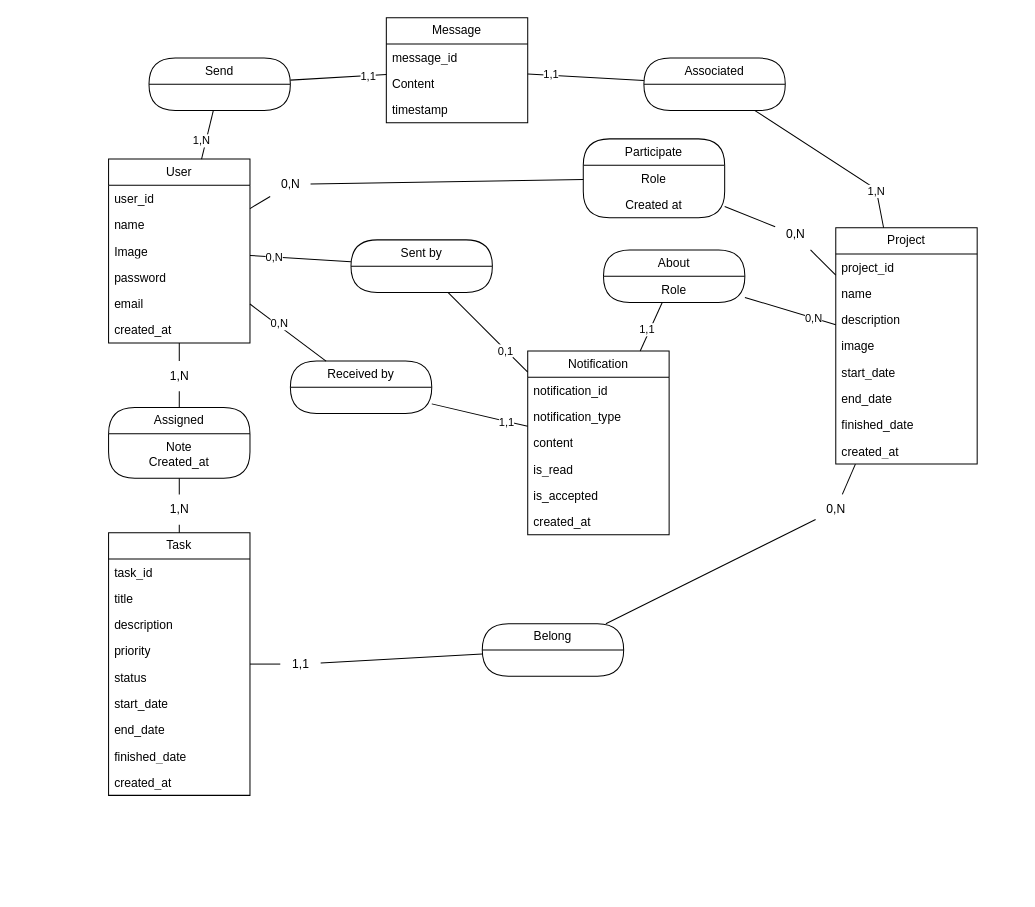
The draw.io diagram Conception/BD/MCD de Mashru3.drawio in haki24gamer/Mashru3, before the edit. Source tidied: cells renumbered, new cells numbered last; positions are measured from the earlier drawing's top-left corner, leaving out a move shared by most shapes. Both pictures are drawn from the tidied source at 101%, with x=0, y=0 at pixel (108, 17).
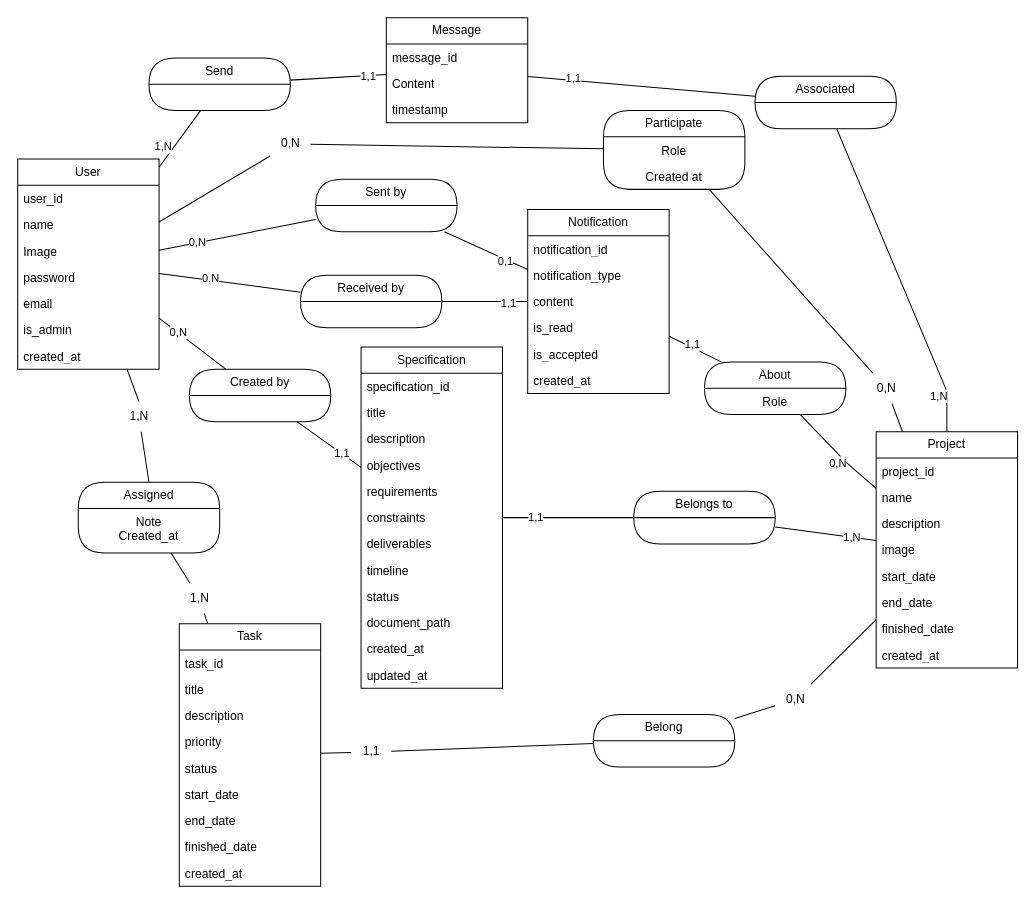
After the change.

Diff of the diagram source:
```diff
@@
     <mxCell id="2" value="User" style="swimlane;fontStyle=0;horizontal=1;startSize=26;fillColor=none;whiteSpace=wrap;html=1;" parent="1" vertex="1">
-      <mxGeometry y="140" width="140" height="182" as="geometry" />
+      <mxGeometry x="-90" y="140" width="140" height="208" as="geometry" />
     </mxCell>
@@
+    <mxCell id="89" value="is_admin" style="text;strokeColor=none;fillColor=none;align=left;verticalAlign=top;spacingLeft=4;spacingRight=4;overflow=hidden;whiteSpace=wrap;html=1;" parent="2" vertex="1">
+      <mxGeometry y="156" width="140" height="26" as="geometry" />
+    </mxCell>
     <mxCell id="8" value="created_at" style="text;strokeColor=none;fillColor=none;align=left;verticalAlign=top;spacingLeft=4;spacingRight=4;overflow=hidden;whiteSpace=wrap;html=1;" parent="2" vertex="1">
-      <mxGeometry y="156" width="140" height="26" as="geometry" />
+      <mxGeometry y="182" width="140" height="26" as="geometry" />
     </mxCell>
     <mxCell id="9" value="Task" style="swimlane;fontStyle=0;horizontal=1;startSize=26;fillColor=none;whiteSpace=wrap;html=1;" parent="1" vertex="1">
-      <mxGeometry y="510" width="140" height="260" as="geometry" />
+      <mxGeometry x="70" y="600" width="140" height="260" as="geometry" />
     </mxCell>
@@
     <mxCell id="19" value="Project" style="swimlane;fontStyle=0;horizontal=1;startSize=26;fillColor=none;whiteSpace=wrap;html=1;" parent="1" vertex="1">
-      <mxGeometry x="720" y="208" width="140" height="234" as="geometry" />
+      <mxGeometry x="760" y="410" width="140" height="234" as="geometry" />
     </mxCell>
@@
-    <mxCell id="28" style="edgeStyle=orthogonalEdgeStyle;rounded=0;jettySize=auto;html=1;exitX=0.5;exitY=0;exitDx=0;exitDy=0;curved=0;endArrow=none;startFill=0;strokeColor=default;" parent="1" edge="1" source="45" target="2">
-      <mxGeometry relative="1" as="geometry">
-        <Array as="points">
-          <mxPoint x="70" y="340" />
-        </Array>
-      </mxGeometry>
+    <mxCell id="28" style="rounded=0;jettySize=auto;html=1;exitX=0.5;exitY=0;exitDx=0;exitDy=0;endArrow=none;startFill=0;strokeColor=default;" parent="1" edge="1" source="45" target="2">
+      <mxGeometry relative="1" as="geometry" />
     </mxCell>
     <mxCell id="29" value="Assigned" style="swimlane;fontStyle=0;horizontal=1;startSize=26;fillColor=none;whiteSpace=wrap;html=1;rounded=1;arcSize=39;" parent="1" vertex="1">
-      <mxGeometry y="386" width="140" height="70" as="geometry" />
+      <mxGeometry x="-30" y="460" width="140" height="70" as="geometry" />
     </mxCell>
@@
     <mxCell id="31" value="Participate" style="swimlane;fontStyle=0;horizontal=1;startSize=26;fillColor=none;whiteSpace=wrap;html=1;rounded=1;arcSize=39;" parent="1" vertex="1">
-      <mxGeometry x="470" y="120" width="140" height="78" as="geometry" />
+      <mxGeometry x="490" y="92" width="140" height="78" as="geometry" />
     </mxCell>
@@
     <mxCell id="34" value="Belong" style="swimlane;fontStyle=0;horizontal=1;startSize=26;fillColor=none;whiteSpace=wrap;html=1;rounded=1;arcSize=39;" parent="1" vertex="1">
-      <mxGeometry x="370" y="600" width="140" height="52" as="geometry" />
+      <mxGeometry x="480" y="690" width="140" height="52" as="geometry" />
     </mxCell>
-    <mxCell id="35" style="edgeStyle=orthogonalEdgeStyle;rounded=0;jettySize=auto;html=1;curved=0;endArrow=none;startFill=0;" parent="1" edge="1" source="41" target="29">
-      <mxGeometry relative="1" as="geometry">
-        <Array as="points">
-          <mxPoint x="70" y="490" />
-        </Array>
-      </mxGeometry>
+    <mxCell id="35" style="rounded=0;jettySize=auto;html=1;endArrow=none;startFill=0;" parent="1" edge="1" source="41" target="29">
+      <mxGeometry relative="1" as="geometry" />
     </mxCell>
@@
-    <mxCell id="40" style="edgeStyle=orthogonalEdgeStyle;rounded=0;jettySize=auto;html=1;curved=0;endArrow=none;startFill=0;" parent="1" edge="1" source="9" target="41">
-      <mxGeometry relative="1" as="geometry">
-        <Array as="points">
-          <mxPoint x="70" y="490" />
-        </Array>
-      </mxGeometry>
+    <mxCell id="40" style="rounded=0;jettySize=auto;html=1;endArrow=none;startFill=0;" parent="1" edge="1" source="9" target="41">
+      <mxGeometry relative="1" as="geometry" />
     </mxCell>
     <mxCell id="41" value="1,N" style="text;html=1;align=center;verticalAlign=middle;points=[];strokeColor=none;fillColor=none;" parent="1" vertex="1">
-      <mxGeometry x="50" y="472" width="40" height="30" as="geometry" />
+      <mxGeometry x="70" y="560" width="40" height="30" as="geometry" />
     </mxCell>
@@
     <mxCell id="43" value="1,1" style="text;html=1;align=center;verticalAlign=middle;points=[];strokeColor=none;fillColor=none;" parent="1" vertex="1">
-      <mxGeometry x="170" y="625" width="40" height="30" as="geometry" />
+      <mxGeometry x="240" y="712" width="40" height="30" as="geometry" />
     </mxCell>
-    <mxCell id="44" style="edgeStyle=orthogonalEdgeStyle;rounded=0;jettySize=auto;html=1;exitX=0.5;exitY=0;exitDx=0;exitDy=0;curved=0;endArrow=none;startFill=0;strokeColor=default;" parent="1" edge="1" source="29" target="45">
-      <mxGeometry relative="1" as="geometry">
-        <Array as="points">
-          <mxPoint x="70" y="340" />
-        </Array>
-      </mxGeometry>
+    <mxCell id="44" style="rounded=0;jettySize=auto;html=1;exitX=0.5;exitY=0;exitDx=0;exitDy=0;endArrow=none;startFill=0;strokeColor=default;" parent="1" edge="1" source="29" target="45">
+      <mxGeometry relative="1" as="geometry" />
     </mxCell>
     <mxCell id="45" value="1,N" style="text;html=1;align=center;verticalAlign=middle;points=[];strokeColor=none;fillColor=none;" parent="1" vertex="1">
-      <mxGeometry x="50" y="340" width="40" height="30" as="geometry" />
+      <mxGeometry x="10" y="380" width="40" height="30" as="geometry" />
     </mxCell>
@@
     <mxCell id="47" value="0,N" style="text;html=1;align=center;verticalAlign=middle;points=[];strokeColor=none;fillColor=none;" parent="1" vertex="1">
-      <mxGeometry x="160" y="150" width="40" height="30" as="geometry" />
+      <mxGeometry x="160" y="110" width="40" height="30" as="geometry" />
     </mxCell>
@@
     <mxCell id="49" value="0,N" style="text;html=1;align=center;verticalAlign=middle;points=[];strokeColor=none;fillColor=none;" parent="1" vertex="1">
-      <mxGeometry x="660" y="200" width="40" height="30" as="geometry" />
+      <mxGeometry x="750" y="352" width="40" height="30" as="geometry" />
     </mxCell>
@@
     <mxCell id="51" value="0,N" style="text;html=1;align=center;verticalAlign=middle;points=[];strokeColor=none;fillColor=none;" parent="1" vertex="1">
-      <mxGeometry x="700" y="472" width="40" height="30" as="geometry" />
+      <mxGeometry x="660" y="660" width="40" height="30" as="geometry" />
     </mxCell>
@@
     <mxCell id="56" value="Associated" style="swimlane;fontStyle=0;horizontal=1;startSize=26;fillColor=none;whiteSpace=wrap;html=1;rounded=1;arcSize=39;" parent="1" vertex="1">
-      <mxGeometry x="530" y="40" width="140" height="52" as="geometry" />
+      <mxGeometry x="640" y="58" width="140" height="52" as="geometry" />
     </mxCell>
@@
     <mxCell id="59" style="rounded=0;jettySize=auto;html=1;endArrow=none;startFill=0;" parent="1" edge="1" source="56" target="19">
       <mxGeometry relative="1" as="geometry">
         <Array as="points">
-          <mxPoint x="760" y="170" />
+          <mxPoint x="830" y="370" />
         </Array>
       </mxGeometry>
     </mxCell>
     <mxCell id="60" value="1,N" style="edgeLabel;html=1;align=center;verticalAlign=middle;" parent="59" vertex="1">
       <mxGeometry x="0.29" y="-3" relative="1" as="geometry">
-        <mxPoint x="23" y="13" as="offset" />
+        <mxPoint x="23" y="72" as="offset" />
       </mxGeometry>
     </mxCell>
@@
     <mxCell id="66" value="Notification" style="swimlane;fontStyle=0;horizontal=1;startSize=26;fillColor=none;whiteSpace=wrap;html=1;" parent="1" vertex="1">
-      <mxGeometry x="415" y="330" width="140" height="182" as="geometry" />
+      <mxGeometry x="415" y="190" width="140" height="182" as="geometry" />
     </mxCell>
@@
     <mxCell id="73" style="rounded=0;jettySize=auto;html=1;endArrow=none;startFill=0;" parent="1" edge="1" source="80" target="19">
       <mxGeometry relative="1" as="geometry">
         <Array as="points">
-          <mxPoint x="640" y="280" />
+          <mxPoint x="730" y="440" />
         </Array>
       </mxGeometry>
     </mxCell>
     <mxCell id="74" value="0,N" style="edgeLabel;html=1;align=center;verticalAlign=middle;" parent="73" vertex="1">
-      <mxGeometry x="0.49" relative="1" as="geometry" />
+      <mxGeometry x="0.49" relative="1" as="geometry">
+        <mxPoint x="-18" y="-8" as="offset" />
+      </mxGeometry>
     </mxCell>
@@
     <mxCell id="77" value="Sent by" style="swimlane;fontStyle=0;horizontal=1;startSize=26;fillColor=none;whiteSpace=wrap;html=1;rounded=1;arcSize=39;" parent="1" vertex="1">
-      <mxGeometry x="240" y="220" width="140" height="52" as="geometry" />
+      <mxGeometry x="205" y="160" width="140" height="52" as="geometry" />
     </mxCell>
@@
     <mxCell id="80" value="About" style="swimlane;fontStyle=0;horizontal=1;startSize=26;fillColor=none;whiteSpace=wrap;html=1;rounded=1;arcSize=39;" parent="1" vertex="1">
-      <mxGeometry x="490" y="230" width="140" height="52" as="geometry" />
+      <mxGeometry x="590" y="341" width="140" height="52" as="geometry" />
     </mxCell>
@@
     <mxCell id="82" value="Received by" style="swimlane;fontStyle=0;horizontal=1;startSize=26;fillColor=none;whiteSpace=wrap;html=1;rounded=1;arcSize=39;" parent="1" vertex="1">
-      <mxGeometry x="180" y="340" width="140" height="52" as="geometry" />
+      <mxGeometry x="190" y="255" width="140" height="52" as="geometry" />
     </mxCell>
@@
+    <mxCell id="90" value="Specification" style="swimlane;fontStyle=0;horizontal=1;startSize=26;fillColor=none;whiteSpace=wrap;html=1;" parent="1" vertex="1">
+      <mxGeometry x="250" y="326" width="140" height="338" as="geometry" />
+    </mxCell>
+    <mxCell id="91" value="specification_id" style="text;strokeColor=none;fillColor=none;align=left;verticalAlign=top;spacingLeft=4;spacingRight=4;overflow=hidden;whiteSpace=wrap;html=1;" parent="90" vertex="1">
+      <mxGeometry y="26" width="140" height="26" as="geometry" />
+    </mxCell>
+    <mxCell id="92" value="title" style="text;strokeColor=none;fillColor=none;align=left;verticalAlign=top;spacingLeft=4;spacingRight=4;overflow=hidden;whiteSpace=wrap;html=1;" parent="90" vertex="1">
+      <mxGeometry y="52" width="140" height="26" as="geometry" />
+    </mxCell>
+    <mxCell id="93" value="description" style="text;strokeColor=none;fillColor=none;align=left;verticalAlign=top;spacingLeft=4;spacingRight=4;overflow=hidden;whiteSpace=wrap;html=1;" parent="90" vertex="1">
+      <mxGeometry y="78" width="140" height="26" as="geometry" />
+    </mxCell>
+    <mxCell id="94" value="objectives" style="text;strokeColor=none;fillColor=none;align=left;verticalAlign=top;spacingLeft=4;spacingRight=4;overflow=hidden;whiteSpace=wrap;html=1;" parent="90" vertex="1">
+      <mxGeometry y="104" width="140" height="26" as="geometry" />
+    </mxCell>
+    <mxCell id="95" value="requirements" style="text;strokeColor=none;fillColor=none;align=left;verticalAlign=top;spacingLeft=4;spacingRight=4;overflow=hidden;whiteSpace=wrap;html=1;" parent="90" vertex="1">
+      <mxGeometry y="130" width="140" height="26" as="geometry" />
+    </mxCell>
+    <mxCell id="96" value="constraints" style="text;strokeColor=none;fillColor=none;align=left;verticalAlign=top;spacingLeft=4;spacingRight=4;overflow=hidden;whiteSpace=wrap;html=1;" parent="90" vertex="1">
+      <mxGeometry y="156" width="140" height="26" as="geometry" />
+    </mxCell>
+    <mxCell id="97" value="deliverables" style="text;strokeColor=none;fillColor=none;align=left;verticalAlign=top;spacingLeft=4;spacingRight=4;overflow=hidden;whiteSpace=wrap;html=1;" parent="90" vertex="1">
+      <mxGeometry y="182" width="140" height="26" as="geometry" />
+    </mxCell>
+    <mxCell id="98" value="timeline" style="text;strokeColor=none;fillColor=none;align=left;verticalAlign=top;spacingLeft=4;spacingRight=4;overflow=hidden;whiteSpace=wrap;html=1;" parent="90" vertex="1">
+      <mxGeometry y="208" width="140" height="26" as="geometry" />
+    </mxCell>
+    <mxCell id="99" value="status" style="text;strokeColor=none;fillColor=none;align=left;verticalAlign=top;spacingLeft=4;spacingRight=4;overflow=hidden;whiteSpace=wrap;html=1;" parent="90" vertex="1">
+      <mxGeometry y="234" width="140" height="26" as="geometry" />
+    </mxCell>
+    <mxCell id="100" value="document_path" style="text;strokeColor=none;fillColor=none;align=left;verticalAlign=top;spacingLeft=4;spacingRight=4;overflow=hidden;whiteSpace=wrap;html=1;" parent="90" vertex="1">
+      <mxGeometry y="260" width="140" height="26" as="geometry" />
+    </mxCell>
+    <mxCell id="101" value="created_at" style="text;strokeColor=none;fillColor=none;align=left;verticalAlign=top;spacingLeft=4;spacingRight=4;overflow=hidden;whiteSpace=wrap;html=1;" parent="90" vertex="1">
+      <mxGeometry y="286" width="140" height="26" as="geometry" />
+    </mxCell>
+    <mxCell id="102" value="updated_at" style="text;strokeColor=none;fillColor=none;align=left;verticalAlign=top;spacingLeft=4;spacingRight=4;overflow=hidden;whiteSpace=wrap;html=1;" parent="90" vertex="1">
+      <mxGeometry y="312" width="140" height="26" as="geometry" />
+    </mxCell>
+    <mxCell id="103" style="rounded=0;jettySize=auto;html=1;endArrow=none;startFill=0;" parent="1" edge="1" source="112" target="19">
+      <mxGeometry relative="1" as="geometry" />
+    </mxCell>
+    <mxCell id="104" value="1,N" style="edgeLabel;html=1;align=center;verticalAlign=middle;" parent="103" vertex="1">
+      <mxGeometry x="0.52" relative="1" as="geometry">
+        <mxPoint x="-1" as="offset" />
+      </mxGeometry>
+    </mxCell>
+    <mxCell id="105" style="rounded=0;jettySize=auto;html=1;endArrow=none;startFill=0;" parent="1" edge="1" source="109" target="2">
+      <mxGeometry relative="1" as="geometry" />
+    </mxCell>
+    <mxCell id="106" value="0,N" style="edgeLabel;html=1;align=center;verticalAlign=middle;" parent="105" vertex="1">
+      <mxGeometry x="0.44" relative="1" as="geometry" />
+    </mxCell>
+    <mxCell id="107" style="rounded=0;jettySize=auto;html=1;endArrow=none;startFill=0;" parent="1" edge="1" source="90" target="109">
+      <mxGeometry relative="1" as="geometry" />
+    </mxCell>
+    <mxCell id="108" value="1,1" style="edgeLabel;html=1;align=center;verticalAlign=middle;" parent="107" vertex="1">
+      <mxGeometry x="-0.38" y="-1" relative="1" as="geometry">
+        <mxPoint x="-1" as="offset" />
+      </mxGeometry>
+    </mxCell>
+    <mxCell id="109" value="Created by" style="swimlane;fontStyle=0;horizontal=1;startSize=26;fillColor=none;whiteSpace=wrap;html=1;rounded=1;arcSize=39;" parent="1" vertex="1">
+      <mxGeometry x="80" y="348" width="140" height="52" as="geometry" />
+    </mxCell>
+    <mxCell id="110" style="rounded=0;jettySize=auto;html=1;endArrow=none;startFill=0;" parent="1" edge="1" source="90" target="112">
+      <mxGeometry relative="1" as="geometry" />
+    </mxCell>
+    <mxCell id="111" value="1,1" style="edgeLabel;html=1;align=center;verticalAlign=middle;" parent="110" vertex="1">
+      <mxGeometry x="-0.51" y="1" relative="1" as="geometry" />
+    </mxCell>
+    <mxCell id="112" value="Belongs to" style="swimlane;fontStyle=0;horizontal=1;startSize=26;fillColor=none;whiteSpace=wrap;html=1;rounded=1;arcSize=39;" parent="1" vertex="1">
+      <mxGeometry x="520" y="469" width="140" height="52" as="geometry" />
+    </mxCell>
```
